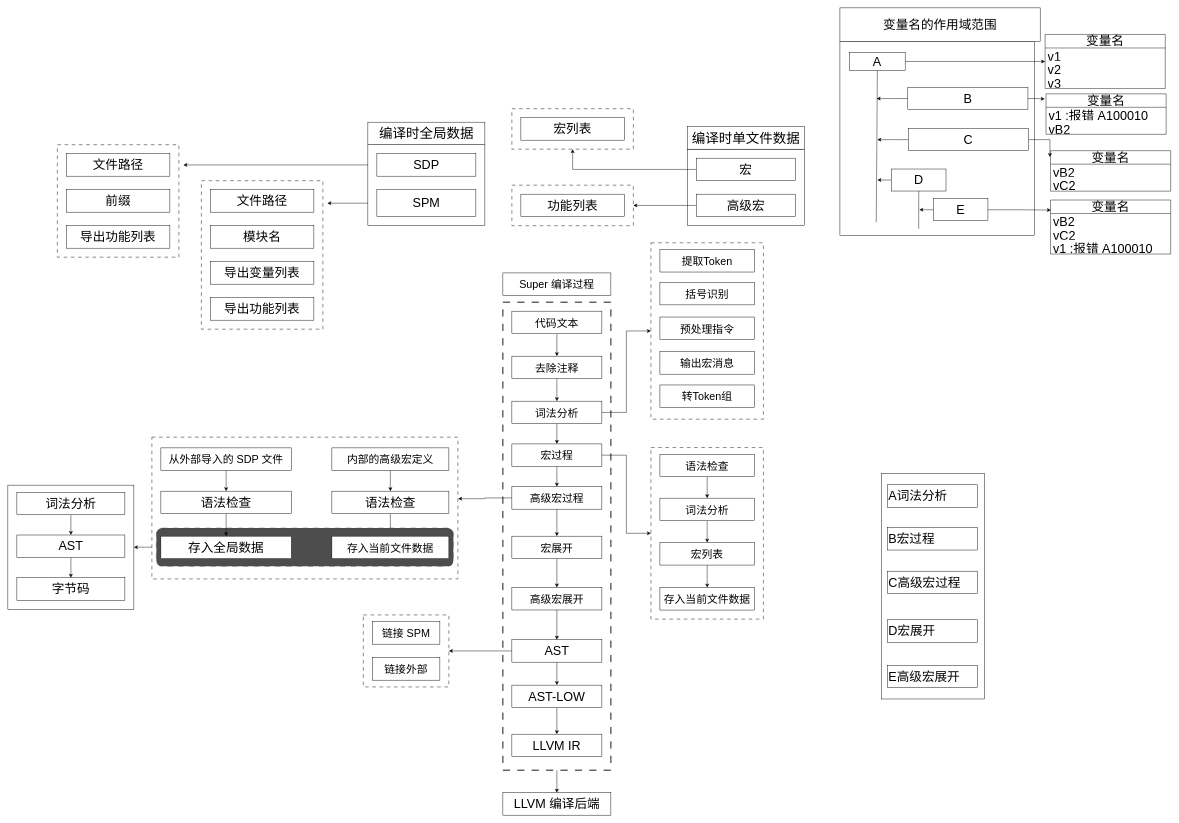
Before: Doc/编译/编译过程.drawio in SQJM/Super-Language, a draw.io diagram. Source tidied: cells renumbered, new cells numbered last; positions are measured from the earlier drawing's top-left corner, leaving out a move shared by most shapes. Both pictures are drawn from the tidied source at 45%, with x=0, y=0 at pixel (8, 8).
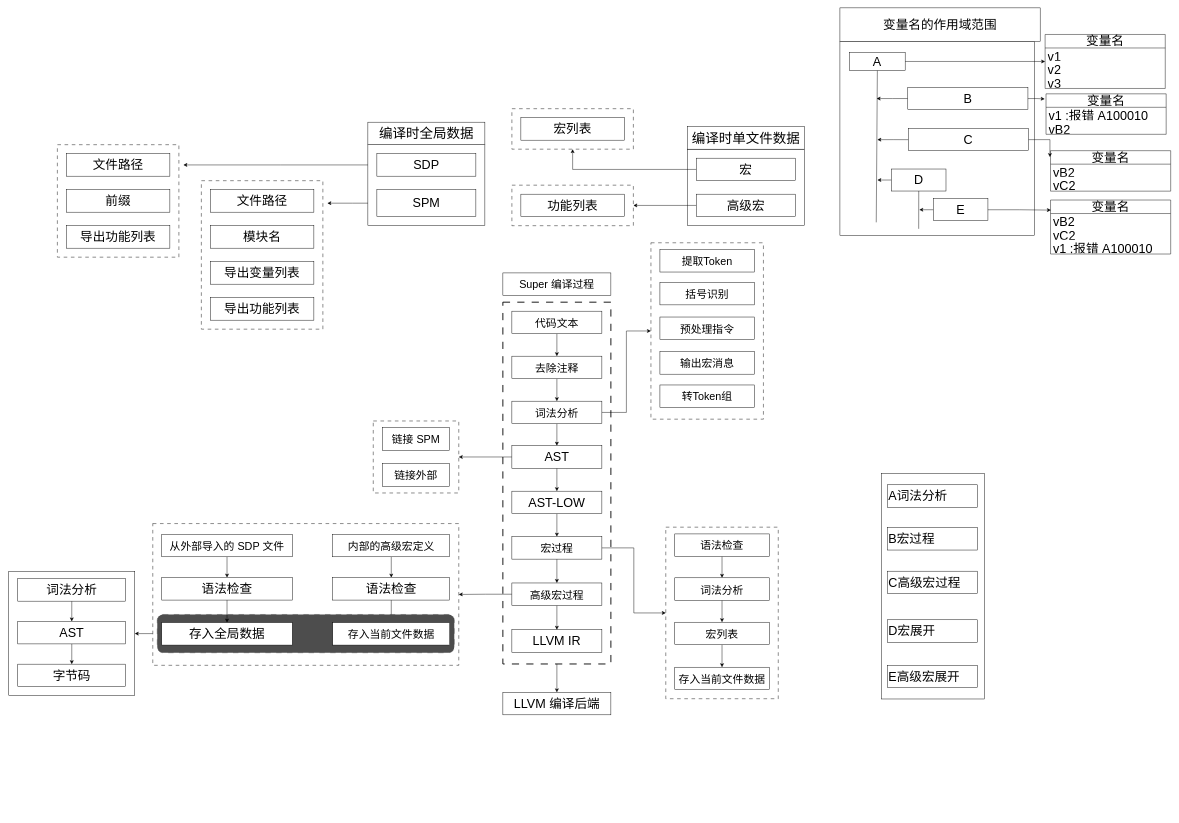
The same page after the edit.

The change refers to these unchanged cells:
```xml
<mxCell id="13" value="&lt;font style=&quot;font-size: 24px;&quot;&gt;词法分析&lt;/font&gt;" style="html=1;whiteSpace=wrap;fontSize=28;" parent="1" vertex="1">
  <mxGeometry x="1120" y="874" width="200" height="50" as="geometry" />
</mxCell>
<mxCell id="87" style="rounded=0;whiteSpace=wrap;html=1;dashed=1;dashPattern=8 8;" parent="86" vertex="1">
  <mxGeometry width="250" height="381.2" as="geometry" />
</mxCell>
```

The edit, as a diff of the source:
```diff
@@
     <mxCell id="4" style="rounded=0;whiteSpace=wrap;html=1;dashed=1;dashPattern=8 8;strokeWidth=2;" parent="1" vertex="1">
-      <mxGeometry x="1100" y="654" width="240" height="1040" as="geometry" />
+      <mxGeometry x="1100" y="654" width="240" height="804" as="geometry" />
     </mxCell>
@@
-    <mxCell id="10" style="edgeStyle=orthogonalEdgeStyle;rounded=0;jettySize=auto;html=1;" parent="1" edge="1" source="13" target="15">
-      <mxGeometry relative="1" as="geometry" />
-    </mxCell>
-    <mxCell id="11" style="edgeStyle=orthogonalEdgeStyle;rounded=0;jettySize=auto;html=1;exitX=1;exitY=0.5;exitDx=0;exitDy=0;entryX=0;entryY=0.5;entryDx=0;entryDy=0;" parent="1" edge="1" source="15" target="87">
-      <mxGeometry relative="1" as="geometry" />
-    </mxCell>
@@
+    <mxCell id="142" style="edgeStyle=orthogonalEdgeStyle;rounded=0;jettySize=auto;html=1;" parent="1" edge="1" source="13" target="41">
+      <mxGeometry relative="1" as="geometry" />
+    </mxCell>
@@
+    <mxCell id="11" style="edgeStyle=orthogonalEdgeStyle;rounded=0;jettySize=auto;html=1;entryX=0;entryY=0.5;entryDx=0;entryDy=0;" parent="1" edge="1" source="15" target="87">
+      <mxGeometry relative="1" as="geometry" />
+    </mxCell>
     <mxCell id="15" value="&lt;span style=&quot;font-size: 24px;&quot;&gt;宏过程&lt;/span&gt;" style="html=1;whiteSpace=wrap;fontSize=28;" parent="1" vertex="1">
-      <mxGeometry x="1120" y="969" width="200" height="50" as="geometry" />
+      <mxGeometry x="1120" y="1175" width="200" height="50" as="geometry" />
     </mxCell>
-    <mxCell id="16" style="edgeStyle=orthogonalEdgeStyle;rounded=0;jettySize=auto;html=1;" parent="1" edge="1" source="17" target="83">
-      <mxGeometry relative="1" as="geometry" />
-    </mxCell>
-    <mxCell id="17" value="&lt;span style=&quot;font-size: 24px;&quot;&gt;高级宏过程&lt;/span&gt;" style="html=1;whiteSpace=wrap;fontSize=28;" parent="1" vertex="1">
-      <mxGeometry x="1120" y="1064" width="200" height="50" as="geometry" />
-    </mxCell>
@@
     <mxCell id="19" style="group;" parent="1" vertex="1">
-      <mxGeometry y="1060.6" width="280" height="275.8" as="geometry" />
+      <mxGeometry x="2" y="1252.6" width="280" height="275.8" as="geometry" />
     </mxCell>
@@
     <mxCell id="26" style="rounded=0;whiteSpace=wrap;html=1;dashed=1;dashPattern=8 8;" parent="1" vertex="1">
-      <mxGeometry x="320" y="954" width="680" height="315" as="geometry" />
+      <mxGeometry x="322" y="1146" width="680" height="315" as="geometry" />
     </mxCell>
@@
     <mxCell id="28" value="&lt;span style=&quot;font-size: 24px;&quot;&gt;从外部导入的 SDP 文件&lt;/span&gt;" style="html=1;whiteSpace=wrap;fontSize=28;" parent="1" vertex="1">
-      <mxGeometry x="340" y="977.8" width="290" height="50" as="geometry" />
+      <mxGeometry x="342" y="1169.8" width="290" height="50" as="geometry" />
     </mxCell>
@@
     <mxCell id="30" value="&lt;span style=&quot;font-size: 24px;&quot;&gt;内部的高级宏定义&lt;/span&gt;" style="html=1;whiteSpace=wrap;fontSize=28;" parent="1" vertex="1">
-      <mxGeometry x="720" y="977.8" width="260" height="50" as="geometry" />
+      <mxGeometry x="722" y="1169.8" width="260" height="50" as="geometry" />
     </mxCell>
@@
     <mxCell id="32" value="语法检查" style="html=1;whiteSpace=wrap;fontSize=28;" parent="1" vertex="1">
-      <mxGeometry x="720" y="1074" width="260" height="50" as="geometry" />
+      <mxGeometry x="722" y="1266" width="260" height="50" as="geometry" />
     </mxCell>
@@
     <mxCell id="34" style="rounded=1;whiteSpace=wrap;html=1;dashed=1;dashPattern=12 12;strokeColor=light-dark(#424242,#FFFFFF);fillColor=#4D4D4D;" parent="1" vertex="1">
-      <mxGeometry x="330" y="1156" width="660" height="85" as="geometry" />
+      <mxGeometry x="332" y="1348" width="660" height="85" as="geometry" />
     </mxCell>
     <mxCell id="35" value="存入全局数据" style="html=1;whiteSpace=wrap;fontSize=28;" parent="1" vertex="1">
-      <mxGeometry x="340" y="1174" width="290" height="50" as="geometry" />
+      <mxGeometry x="342" y="1366" width="290" height="50" as="geometry" />
     </mxCell>
     <mxCell id="36" value="&lt;span style=&quot;font-size: 24px;&quot;&gt;存入&lt;/span&gt;&lt;span style=&quot;font-size: 24px;&quot;&gt;当前文件数据&lt;/span&gt;" style="html=1;whiteSpace=wrap;fontSize=28;" parent="1" vertex="1">
-      <mxGeometry x="720" y="1174" width="260" height="50" as="geometry" />
+      <mxGeometry x="722" y="1366" width="260" height="50" as="geometry" />
     </mxCell>
@@
     <mxCell id="38" value="语法检查" style="html=1;whiteSpace=wrap;fontSize=28;" parent="1" vertex="1">
-      <mxGeometry x="340" y="1074" width="290" height="50" as="geometry" />
+      <mxGeometry x="342" y="1266" width="290" height="50" as="geometry" />
     </mxCell>
@@
     <mxCell id="41" value="AST" style="html=1;whiteSpace=wrap;fontSize=28;" parent="1" vertex="1">
-      <mxGeometry x="1120" y="1404" width="200" height="50" as="geometry" />
+      <mxGeometry x="1120" y="973" width="200" height="50" as="geometry" />
     </mxCell>
-    <mxCell id="42" style="edgeStyle=orthogonalEdgeStyle;rounded=0;jettySize=auto;html=1;" parent="1" edge="1" source="43" target="44">
-      <mxGeometry relative="1" as="geometry" />
-    </mxCell>
+    <mxCell id="143" style="edgeStyle=orthogonalEdgeStyle;rounded=0;jettySize=auto;html=1;" parent="1" edge="1" source="43" target="15">
+      <mxGeometry relative="1" as="geometry" />
+    </mxCell>
     <mxCell id="43" value="AST-LOW" style="html=1;whiteSpace=wrap;fontSize=28;" parent="1" vertex="1">
-      <mxGeometry x="1120" y="1505" width="200" height="50" as="geometry" />
+      <mxGeometry x="1120" y="1074" width="200" height="50" as="geometry" />
     </mxCell>
     <mxCell id="44" value="LLVM IR" style="html=1;whiteSpace=wrap;fontSize=28;" parent="1" vertex="1">
-      <mxGeometry x="1120" y="1614" width="200" height="50" as="geometry" />
+      <mxGeometry x="1120" y="1382" width="200" height="50" as="geometry" />
     </mxCell>
     <mxCell id="45" value="LLVM 编译后端" style="html=1;whiteSpace=wrap;fontSize=28;" parent="1" vertex="1">
-      <mxGeometry x="1100" y="1744" width="240" height="50" as="geometry" />
+      <mxGeometry x="1100" y="1521" width="240" height="50" as="geometry" />
     </mxCell>
     <mxCell id="46" style="group;" parent="1" vertex="1">
-      <mxGeometry x="790" y="1349" width="190" height="160" as="geometry" />
+      <mxGeometry x="812" y="918" width="190" height="160" as="geometry" />
     </mxCell>
@@
-    <mxCell id="81" style="edgeStyle=orthogonalEdgeStyle;rounded=0;jettySize=auto;html=1;entryX=1.001;entryY=0.434;entryDx=0;entryDy=0;entryPerimeter=0;" parent="1" edge="1" source="17" target="26">
-      <mxGeometry relative="1" as="geometry" />
-    </mxCell>
-    <mxCell id="82" style="edgeStyle=orthogonalEdgeStyle;rounded=0;jettySize=auto;html=1;" parent="1" edge="1" source="83" target="85">
-      <mxGeometry relative="1" as="geometry" />
-    </mxCell>
-    <mxCell id="83" value="&lt;span style=&quot;font-size: 24px;&quot;&gt;宏展开&lt;/span&gt;" style="html=1;whiteSpace=wrap;fontSize=28;" parent="1" vertex="1">
-      <mxGeometry x="1120" y="1174" width="200" height="50" as="geometry" />
-    </mxCell>
-    <mxCell id="84" style="edgeStyle=orthogonalEdgeStyle;rounded=0;jettySize=auto;html=1;" parent="1" edge="1" source="85" target="41">
-      <mxGeometry relative="1" as="geometry" />
-    </mxCell>
-    <mxCell id="85" value="&lt;span style=&quot;font-size: 24px;&quot;&gt;高级宏展开&lt;/span&gt;" style="html=1;whiteSpace=wrap;fontSize=28;" parent="1" vertex="1">
-      <mxGeometry x="1120" y="1288" width="200" height="50" as="geometry" />
-    </mxCell>
     <mxCell id="86" style="group;" parent="1" vertex="1">
-      <mxGeometry x="1429" y="977" width="250" height="381.2" as="geometry" />
+      <mxGeometry x="1462" y="1154" width="250" height="381.2" as="geometry" />
     </mxCell>
@@
+    <mxCell id="144" style="edgeStyle=orthogonalEdgeStyle;rounded=0;jettySize=auto;html=1;" parent="1" edge="1" source="17" target="44">
+      <mxGeometry relative="1" as="geometry" />
+    </mxCell>
+    <mxCell id="81" style="edgeStyle=orthogonalEdgeStyle;rounded=0;jettySize=auto;html=1;" parent="1" edge="1" source="17" target="26">
+      <mxGeometry relative="1" as="geometry" />
+    </mxCell>
+    <mxCell id="17" value="&lt;span style=&quot;font-size: 24px;&quot;&gt;高级宏过程&lt;/span&gt;" style="html=1;whiteSpace=wrap;fontSize=28;" parent="1" vertex="1">
+      <mxGeometry x="1120" y="1278" width="200" height="50" as="geometry" />
+    </mxCell>
```
